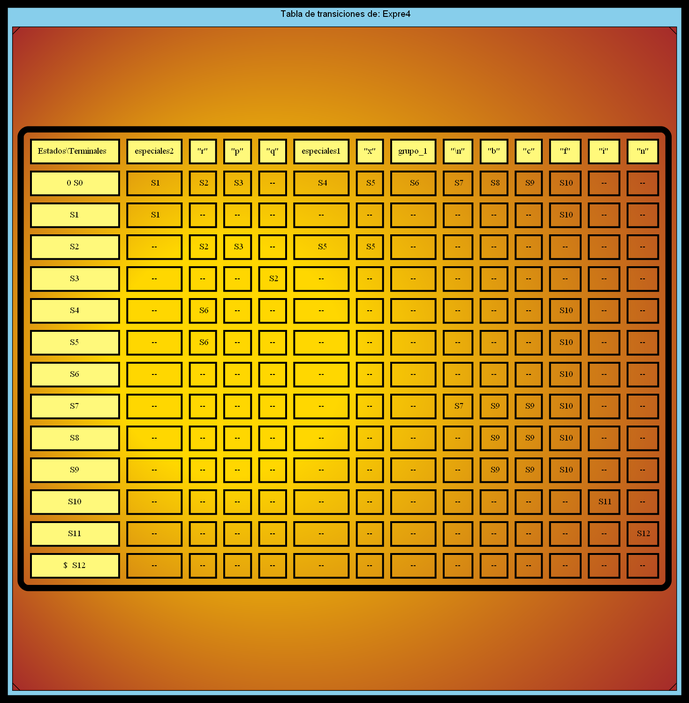
This is TRANSICIONES_202000119/TransicionesExpre4.png from SergieArizandieta/OLC1-P1-202000119, a Graphviz export, as it was before one commit. Its source is kept beside it as TRANSICIONES_202000119/TransicionesExpre4.dot. Its diagram source:
```dot
digraph G { bgcolor="black"
   fontname="Helvetica,Arial,sans-serif"
  edge [fontname="Helvetica,Arial,sans-serif"]
  subgraph cluster1 {fillcolor="skyblue" style="filled"
  node [shape=Msquare fillcolor="gold:brown" style="radial" gradientangle=180]
  label = " Tabla de transiciones de: Expre4"
  a0 [label=<
  <TABLE border="10" cellspacing="10" cellpadding="10" style="rounded" gradientangle="315">
  <TR>
      <TD border="3" bgcolor="#FFF97B">Estados\Terminales  </TD>
      <TD border="3" bgcolor="#FFF97B">especiales2</TD>
      <TD border="3" bgcolor="#FFF97B">"r"</TD>
      <TD border="3" bgcolor="#FFF97B">"p"</TD>
      <TD border="3" bgcolor="#FFF97B">"q"</TD>
      <TD border="3" bgcolor="#FFF97B">especiales1</TD>
      <TD border="3" bgcolor="#FFF97B">"x"</TD>
      <TD border="3" bgcolor="#FFF97B">grupo_1</TD>
      <TD border="3" bgcolor="#FFF97B">"\n"</TD>
      <TD border="3" bgcolor="#FFF97B">"b"</TD>
      <TD border="3" bgcolor="#FFF97B">"c"</TD>
      <TD border="3" bgcolor="#FFF97B">"f"</TD>
      <TD border="3" bgcolor="#FFF97B">"i"</TD>
      <TD border="3" bgcolor="#FFF97B">"n"</TD>
  </TR>
  <TR>
      <TD border="3" bgcolor="#FFF97B">0 S0</TD>
      <TD border="3" > S1</TD>
      <TD border="3" > S2</TD>
      <TD border="3" > S3</TD>
      <TD border="3" > -- </TD>
      <TD border="3" > S4</TD>
      <TD border="3" > S5</TD>
      <TD border="3" > S6</TD>
      <TD border="3" > S7</TD>
      <TD border="3" > S8</TD>
      <TD border="3" > S9</TD>
      <TD border="3" > S10</TD>
      <TD border="3" > -- </TD>
      <TD border="3" > -- </TD>
  </TR>
  <TR>
      <TD border="3" bgcolor="#FFF97B">S1</TD>
      <TD border="3" > S1</TD>
      <TD border="3" > -- </TD>
      <TD border="3" > -- </TD>
      <TD border="3" > -- </TD>
      <TD border="3" > -- </TD>
      <TD border="3" > -- </TD>
      <TD border="3" > -- </TD>
      <TD border="3" > -- </TD>
      <TD border="3" > -- </TD>
      <TD border="3" > -- </TD>
      <TD border="3" > S10</TD>
      <TD border="3" > -- </TD>
      <TD border="3" > -- </TD>
  </TR>
  <TR>
      <TD border="3" bgcolor="#FFF97B">S2</TD>
      <TD border="3" > -- </TD>
      <TD border="3" > S2</TD>
      <TD border="3" > S3</TD>
      <TD border="3" > -- </TD>
      <TD border="3" > S5</TD>
      <TD border="3" > S5</TD>
      <TD border="3" > -- </TD>
      <TD border="3" > -- </TD>
      <TD border="3" > -- </TD>
      <TD border="3" > -- </TD>
      <TD border="3" > -- </TD>
      <TD border="3" > -- </TD>
      <TD border="3" > -- </TD>
  </TR>
  <TR>
      <TD border="3" bgcolor="#FFF97B">S3</TD>
      <TD border="3" > -- </TD>
      <TD border="3" > -- </TD>
      <TD border="3" > -- </TD>
      <TD border="3" > S2</TD>
      <TD border="3" > -- </TD>
      <TD border="3" > -- </TD>
      <TD border="3" > -- </TD>
      <TD border="3" > -- </TD>
      <TD border="3" > -- </TD>
      <TD border="3" > -- </TD>
      <TD border="3" > -- </TD>
      <TD border="3" > -- </TD>
      <TD border="3" > -- </TD>
  </TR>
  <TR>
      <TD border="3" bgcolor="#FFF97B">S4</TD>
      <TD border="3" > -- </TD>
      <TD border="3" > S6</TD>
      <TD border="3" > -- </TD>
      <TD border="3" > -- </TD>
      <TD border="3" > -- </TD>
      <TD border="3" > -- </TD>
      <TD border="3" > -- </TD>
      <TD border="3" > -- </TD>
      <TD border="3" > -- </TD>
      <TD border="3" > -- </TD>
      <TD border="3" > S10</TD>
      <TD border="3" > -- </TD>
      <TD border="3" > -- </TD>
  </TR>
  <TR>
      <TD border="3" bgcolor="#FFF97B">S5</TD>
      <TD border="3" > -- </TD>
      <TD border="3" > S6</TD>
      <TD border="3" > -- </TD>
      <TD border="3" > -- </TD>
      <TD border="3" > -- </TD>
      <TD border="3" > -- </TD>
      <TD border="3" > -- </TD>
      <TD border="3" > -- </TD>
      <TD border="3" > -- </TD>
      <TD border="3" > -- </TD>
      <TD border="3" > S10</TD>
      <TD border="3" > -- </TD>
      <TD border="3" > -- </TD>
  </TR>
  <TR>
      <TD border="3" bgcolor="#FFF97B">S6</TD>
      <TD border="3" > -- </TD>
      <TD border="3" > -- </TD>
      <TD border="3" > -- </TD>
      <TD border="3" > -- </TD>
      <TD border="3" > -- </TD>
      <TD border="3" > -- </TD>
      <TD border="3" > -- </TD>
      <TD border="3" > -- </TD>
      <TD border="3" > -- </TD>
      <TD border="3" > -- </TD>
      <TD border="3" > S10</TD>
      <TD border="3" > -- </TD>
      <TD border="3" > -- </TD>
  </TR>
  <TR>
      <TD border="3" bgcolor="#FFF97B">S7</TD>
      <TD border="3" > -- </TD>
      <TD border="3" > -- </TD>
      <TD border="3" > -- </TD>
      <TD border="3" > -- </TD>
      <TD border="3" > -- </TD>
      <TD border="3" > -- </TD>
      <TD border="3" > -- </TD>
      <TD border="3" > S7</TD>
      <TD border="3" > S9</TD>
      <TD border="3" > S9</TD>
      <TD border="3" > S10</TD>
      <TD border="3" > -- </TD>
      <TD border="3" > -- </TD>
  </TR>
  <TR>
      <TD border="3" bgcolor="#FFF97B">S8</TD>
      <TD border="3" > -- </TD>
      <TD border="3" > -- </TD>
      <TD border="3" > -- </TD>
      <TD border="3" > -- </TD>
      <TD border="3" > -- </TD>
      <TD border="3" > -- </TD>
      <TD border="3" > -- </TD>
      <TD border="3" > -- </TD>
      <TD border="3" > S9</TD>
      <TD border="3" > S9</TD>
      <TD border="3" > S10</TD>
      <TD border="3" > -- </TD>
      <TD border="3" > -- </TD>
  </TR>
  <TR>
      <TD border="3" bgcolor="#FFF97B">S9</TD>
      <TD border="3" > -- </TD>
      <TD border="3" > -- </TD>
      <TD border="3" > -- </TD>
      <TD border="3" > -- </TD>
      <TD border="3" > -- </TD>
      <TD border="3" > -- </TD>
      <TD border="3" > -- </TD>
      <TD border="3" > -- </TD>
      <TD border="3" > S9</TD>
      <TD border="3" > S9</TD>
      <TD border="3" > S10</TD>
      <TD border="3" > -- </TD>
      <TD border="3" > -- </TD>
  </TR>
  <TR>
      <TD border="3" bgcolor="#FFF97B">S10</TD>
      <TD border="3" > -- </TD>
      <TD border="3" > -- </TD>
      <TD border="3" > -- </TD>
      <TD border="3" > -- </TD>
      <TD border="3" > -- </TD>
      <TD border="3" > -- </TD>
      <TD border="3" > -- </TD>
      <TD border="3" > -- </TD>
      <TD border="3" > -- </TD>
      <TD border="3" > -- </TD>
      <TD border="3" > -- </TD>
      <TD border="3" > S11</TD>
      <TD border="3" > -- </TD>
  </TR>
  <TR>
      <TD border="3" bgcolor="#FFF97B">S11</TD>
      <TD border="3" > -- </TD>
      <TD border="3" > -- </TD>
      <TD border="3" > -- </TD>
      <TD border="3" > -- </TD>
      <TD border="3" > -- </TD>
      <TD border="3" > -- </TD>
      <TD border="3" > -- </TD>
      <TD border="3" > -- </TD>
      <TD border="3" > -- </TD>
      <TD border="3" > -- </TD>
      <TD border="3" > -- </TD>
      <TD border="3" > -- </TD>
      <TD border="3" > S12</TD>
  </TR>
  <TR>
      <TD border="3" bgcolor="#FFF97B">$  S12</TD>
      <TD border="3" > -- </TD>
      <TD border="3" > -- </TD>
      <TD border="3" > -- </TD>
      <TD border="3" > -- </TD>
      <TD border="3" > -- </TD>
      <TD border="3" > -- </TD>
      <TD border="3" > -- </TD>
      <TD border="3" > -- </TD>
      <TD border="3" > -- </TD>
      <TD border="3" > -- </TD>
      <TD border="3" > -- </TD>
      <TD border="3" > -- </TD>
      <TD border="3" > -- </TD>
  </TR>

</TABLE>>];}}
```
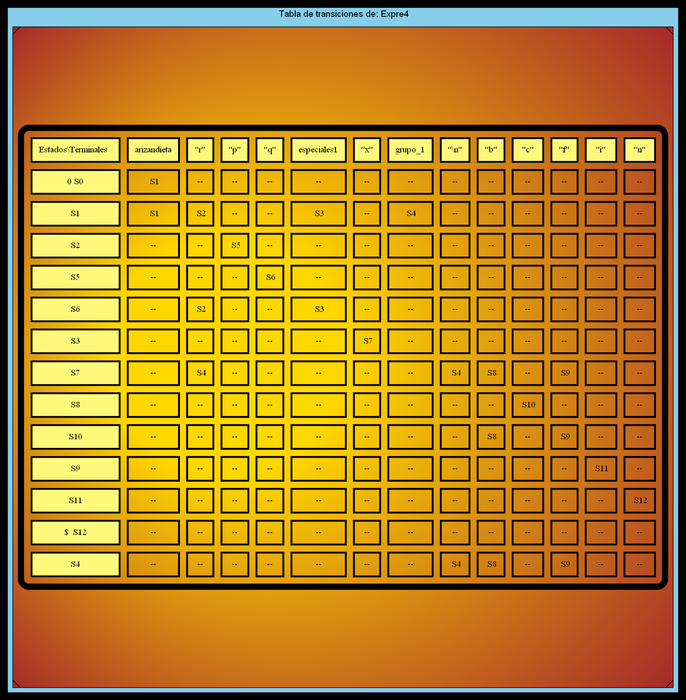
Above is the later version.

What changed in the source:
```diff
@@ -8,7 +8,7 @@
   <TABLE border="10" cellspacing="10" cellpadding="10" style="rounded" gradientangle="315">
   <TR>
       <TD border="3" bgcolor="#FFF97B">Estados\Terminales  </TD>
-      <TD border="3" bgcolor="#FFF97B">especiales2</TD>
+      <TD border="3" bgcolor="#FFF97B">arizandieta</TD>
       <TD border="3" bgcolor="#FFF97B">"r"</TD>
       <TD border="3" bgcolor="#FFF97B">"p"</TD>
       <TD border="3" bgcolor="#FFF97B">"q"</TD>
@@ -25,22 +25,6 @@
   <TR>
       <TD border="3" bgcolor="#FFF97B">0 S0</TD>
       <TD border="3" > S1</TD>
-      <TD border="3" > S2</TD>
-      <TD border="3" > S3</TD>
-      <TD border="3" > -- </TD>
-      <TD border="3" > S4</TD>
-      <TD border="3" > S5</TD>
-      <TD border="3" > S6</TD>
-      <TD border="3" > S7</TD>
-      <TD border="3" > S8</TD>
-      <TD border="3" > S9</TD>
-      <TD border="3" > S10</TD>
-      <TD border="3" > -- </TD>
-      <TD border="3" > -- </TD>
-  </TR>
-  <TR>
-      <TD border="3" bgcolor="#FFF97B">S1</TD>
-      <TD border="3" > S1</TD>
       <TD border="3" > -- </TD>
       <TD border="3" > -- </TD>
       <TD border="3" > -- </TD>
@@ -50,18 +34,66 @@
       <TD border="3" > -- </TD>
       <TD border="3" > -- </TD>
       <TD border="3" > -- </TD>
-      <TD border="3" > S10</TD>
+      <TD border="3" > -- </TD>
+      <TD border="3" > -- </TD>
+      <TD border="3" > -- </TD>
+  </TR>
+  <TR>
+      <TD border="3" bgcolor="#FFF97B">S1</TD>
+      <TD border="3" > S1</TD>
+      <TD border="3" > S2</TD>
+      <TD border="3" > -- </TD>
+      <TD border="3" > -- </TD>
+      <TD border="3" > S3</TD>
+      <TD border="3" > -- </TD>
+      <TD border="3" > S4</TD>
+      <TD border="3" > -- </TD>
+      <TD border="3" > -- </TD>
+      <TD border="3" > -- </TD>
+      <TD border="3" > -- </TD>
       <TD border="3" > -- </TD>
       <TD border="3" > -- </TD>
   </TR>
   <TR>
       <TD border="3" bgcolor="#FFF97B">S2</TD>
       <TD border="3" > -- </TD>
+      <TD border="3" > -- </TD>
+      <TD border="3" > S5</TD>
+      <TD border="3" > -- </TD>
+      <TD border="3" > -- </TD>
+      <TD border="3" > -- </TD>
+      <TD border="3" > -- </TD>
+      <TD border="3" > -- </TD>
+      <TD border="3" > -- </TD>
+      <TD border="3" > -- </TD>
+      <TD border="3" > -- </TD>
+      <TD border="3" > -- </TD>
+      <TD border="3" > -- </TD>
+  </TR>
+  <TR>
+      <TD border="3" bgcolor="#FFF97B">S5</TD>
+      <TD border="3" > -- </TD>
+      <TD border="3" > -- </TD>
+      <TD border="3" > -- </TD>
+      <TD border="3" > S6</TD>
+      <TD border="3" > -- </TD>
+      <TD border="3" > -- </TD>
+      <TD border="3" > -- </TD>
+      <TD border="3" > -- </TD>
+      <TD border="3" > -- </TD>
+      <TD border="3" > -- </TD>
+      <TD border="3" > -- </TD>
+      <TD border="3" > -- </TD>
+      <TD border="3" > -- </TD>
+  </TR>
+  <TR>
+      <TD border="3" bgcolor="#FFF97B">S6</TD>
+      <TD border="3" > -- </TD>
       <TD border="3" > S2</TD>
+      <TD border="3" > -- </TD>
+      <TD border="3" > -- </TD>
       <TD border="3" > S3</TD>
       <TD border="3" > -- </TD>
-      <TD border="3" > S5</TD>
-      <TD border="3" > S5</TD>
       <TD border="3" > -- </TD>
       <TD border="3" > -- </TD>
       <TD border="3" > -- </TD>
@@ -75,9 +107,9 @@
       <TD border="3" > -- </TD>
       <TD border="3" > -- </TD>
       <TD border="3" > -- </TD>
-      <TD border="3" > S2</TD>
       <TD border="3" > -- </TD>
       <TD border="3" > -- </TD>
+      <TD border="3" > S7</TD>
       <TD border="3" > -- </TD>
       <TD border="3" > -- </TD>
       <TD border="3" > -- </TD>
@@ -87,66 +119,18 @@
       <TD border="3" > -- </TD>
   </TR>
   <TR>
-      <TD border="3" bgcolor="#FFF97B">S4</TD>
+      <TD border="3" bgcolor="#FFF97B">S7</TD>
       <TD border="3" > -- </TD>
-      <TD border="3" > S6</TD>
+      <TD border="3" > S4</TD>
       <TD border="3" > -- </TD>
       <TD border="3" > -- </TD>
       <TD border="3" > -- </TD>
       <TD border="3" > -- </TD>
       <TD border="3" > -- </TD>
+      <TD border="3" > S4</TD>
+      <TD border="3" > S8</TD>
       <TD border="3" > -- </TD>
-      <TD border="3" > -- </TD>
-      <TD border="3" > -- </TD>
-      <TD border="3" > S10</TD>
-      <TD border="3" > -- </TD>
-      <TD border="3" > -- </TD>
-  </TR>
-  <TR>
-      <TD border="3" bgcolor="#FFF97B">S5</TD>
-      <TD border="3" > -- </TD>
-      <TD border="3" > S6</TD>
-      <TD border="3" > -- </TD>
-      <TD border="3" > -- </TD>
-      <TD border="3" > -- </TD>
-      <TD border="3" > -- </TD>
-      <TD border="3" > -- </TD>
-      <TD border="3" > -- </TD>
-      <TD border="3" > -- </TD>
-      <TD border="3" > -- </TD>
-      <TD border="3" > S10</TD>
-      <TD border="3" > -- </TD>
-      <TD border="3" > -- </TD>
-  </TR>
-  <TR>
-      <TD border="3" bgcolor="#FFF97B">S6</TD>
-      <TD border="3" > -- </TD>
-      <TD border="3" > -- </TD>
-      <TD border="3" > -- </TD>
-      <TD border="3" > -- </TD>
-      <TD border="3" > -- </TD>
-      <TD border="3" > -- </TD>
-      <TD border="3" > -- </TD>
-      <TD border="3" > -- </TD>
-      <TD border="3" > -- </TD>
-      <TD border="3" > -- </TD>
-      <TD border="3" > S10</TD>
-      <TD border="3" > -- </TD>
-      <TD border="3" > -- </TD>
-  </TR>
-  <TR>
-      <TD border="3" bgcolor="#FFF97B">S7</TD>
-      <TD border="3" > -- </TD>
-      <TD border="3" > -- </TD>
-      <TD border="3" > -- </TD>
-      <TD border="3" > -- </TD>
-      <TD border="3" > -- </TD>
-      <TD border="3" > -- </TD>
-      <TD border="3" > -- </TD>
-      <TD border="3" > S7</TD>
       <TD border="3" > S9</TD>
-      <TD border="3" > S9</TD>
-      <TD border="3" > S10</TD>
       <TD border="3" > -- </TD>
       <TD border="3" > -- </TD>
   </TR>
@@ -160,14 +144,14 @@
       <TD border="3" > -- </TD>
       <TD border="3" > -- </TD>
       <TD border="3" > -- </TD>
-      <TD border="3" > S9</TD>
-      <TD border="3" > S9</TD>
+      <TD border="3" > -- </TD>
       <TD border="3" > S10</TD>
+      <TD border="3" > -- </TD>
       <TD border="3" > -- </TD>
       <TD border="3" > -- </TD>
   </TR>
   <TR>
-      <TD border="3" bgcolor="#FFF97B">S9</TD>
+      <TD border="3" bgcolor="#FFF97B">S10</TD>
       <TD border="3" > -- </TD>
       <TD border="3" > -- </TD>
       <TD border="3" > -- </TD>
@@ -176,14 +160,14 @@
       <TD border="3" > -- </TD>
       <TD border="3" > -- </TD>
       <TD border="3" > -- </TD>
+      <TD border="3" > S8</TD>
+      <TD border="3" > -- </TD>
       <TD border="3" > S9</TD>
-      <TD border="3" > S9</TD>
-      <TD border="3" > S10</TD>
       <TD border="3" > -- </TD>
       <TD border="3" > -- </TD>
   </TR>
   <TR>
-      <TD border="3" bgcolor="#FFF97B">S10</TD>
+      <TD border="3" bgcolor="#FFF97B">S9</TD>
       <TD border="3" > -- </TD>
       <TD border="3" > -- </TD>
       <TD border="3" > -- </TD>
@@ -230,5 +214,21 @@
       <TD border="3" > -- </TD>
       <TD border="3" > -- </TD>
   </TR>
+  <TR>
+      <TD border="3" bgcolor="#FFF97B">S4</TD>
+      <TD border="3" > -- </TD>
+      <TD border="3" > -- </TD>
+      <TD border="3" > -- </TD>
+      <TD border="3" > -- </TD>
+      <TD border="3" > -- </TD>
+      <TD border="3" > -- </TD>
+      <TD border="3" > -- </TD>
+      <TD border="3" > S4</TD>
+      <TD border="3" > S8</TD>
+      <TD border="3" > -- </TD>
+      <TD border="3" > S9</TD>
+      <TD border="3" > -- </TD>
+      <TD border="3" > -- </TD>
+  </TR>
 
 </TABLE>>];}}
```
